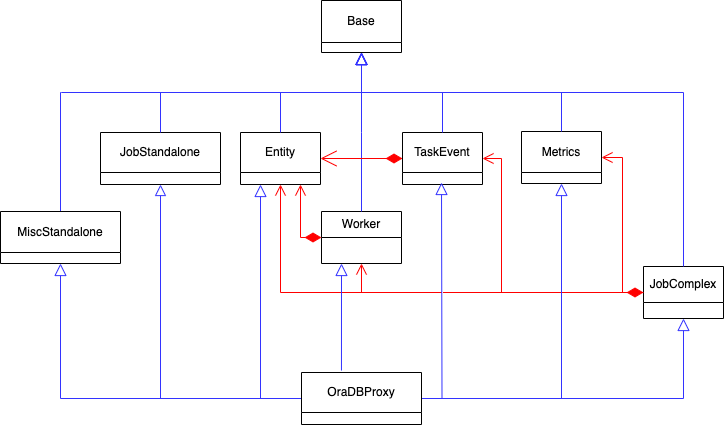
Above: pandaserver/taskbuffer/db_proxy_mods/OraDBProxy_structure.png in PanDAWMS/panda-server (draw.io), before the change. Source tidied: cells renumbered, new cells last; positions are measured from the earlier drawing's top-left corner, leaving out a move shared by most shapes.
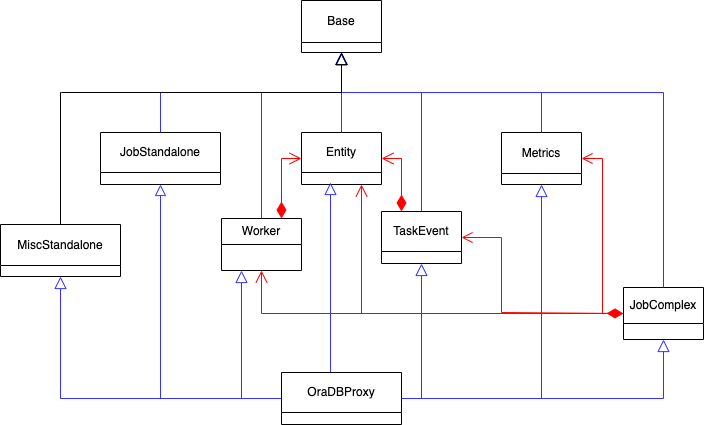
Above is the later version.

Commit message:
OraDBProxy refactoring

Diff of the diagram source:
```diff
@@ -2,48 +2,41 @@
   <root>
     <mxCell id="0" />
     <mxCell id="1" parent="0" />
-    <mxCell id="2" style="edgeStyle=orthogonalEdgeStyle;rounded=0;jettySize=auto;html=1;exitX=0.5;exitY=1;exitDx=0;exitDy=0;entryX=0;entryY=0.5;entryDx=0;entryDy=0;endArrow=none;startFill=0;startArrow=open;startSize=9;strokeColor=#FF0000;" parent="1" edge="1" source="4" target="11">
+    <mxCell id="2" style="edgeStyle=orthogonalEdgeStyle;rounded=0;jettySize=auto;html=1;exitX=0.75;exitY=1;exitDx=0;exitDy=0;entryX=0;entryY=0.5;entryDx=0;entryDy=0;endArrow=none;startFill=0;startArrow=open;startSize=10;strokeColor=#FF0000;" parent="1" edge="1" source="4" target="11">
       <mxGeometry relative="1" as="geometry" />
     </mxCell>
-    <mxCell id="3" style="edgeStyle=orthogonalEdgeStyle;rounded=0;jettySize=auto;html=1;exitX=0.25;exitY=1;exitDx=0;exitDy=0;entryX=0;entryY=0.5;entryDx=0;entryDy=0;endArrow=none;startFill=0;startArrow=block;endSize=11;startSize=10;strokeColor=light-dark(#3333FF,#FFFFFF);" parent="1" edge="1" source="4" target="28">
-      <mxGeometry relative="1" as="geometry" />
-    </mxCell>
     <mxCell id="4" value="Entity" style="swimlane;fontStyle=0;horizontal=1;startSize=40;fillColor=none;whiteSpace=wrap;html=1;" parent="1" vertex="1">
-      <mxGeometry x="240" y="132" width="80" height="52" as="geometry" />
+      <mxGeometry x="321" y="132" width="80" height="52" as="geometry" />
     </mxCell>
     <mxCell id="5" value="Base" style="swimlane;fontStyle=0;horizontal=1;startSize=42;fillColor=none;whiteSpace=wrap;html=1;" parent="1" vertex="1">
       <mxGeometry x="321" width="80" height="52" as="geometry" />
     </mxCell>
-    <mxCell id="6" style="edgeStyle=orthogonalEdgeStyle;rounded=0;jettySize=auto;html=1;exitX=0.5;exitY=1;exitDx=0;exitDy=0;entryX=0;entryY=0.5;entryDx=0;entryDy=0;endArrow=none;startFill=0;startArrow=open;startSize=9;strokeColor=#FF0000;" parent="1" edge="1" source="8" target="11">
-      <mxGeometry relative="1" as="geometry" />
-    </mxCell>
-    <mxCell id="7" style="edgeStyle=orthogonalEdgeStyle;rounded=0;jettySize=auto;html=1;exitX=0;exitY=0.5;exitDx=0;exitDy=0;entryX=0.75;entryY=1;entryDx=0;entryDy=0;endArrow=open;endFill=0;startArrow=diamondThin;startFill=1;endSize=9;startSize=14;strokeColor=#FF0000;" parent="1" edge="1" source="8" target="4">
-      <mxGeometry relative="1" as="geometry">
-        <Array as="points">
-          <mxPoint x="300" y="237" />
-        </Array>
-      </mxGeometry>
+    <mxCell id="7" style="edgeStyle=orthogonalEdgeStyle;rounded=0;jettySize=auto;html=1;exitX=0.75;exitY=0;exitDx=0;exitDy=0;entryX=0;entryY=0.5;entryDx=0;entryDy=0;strokeColor=#FF0000;endArrow=open;endFill=0;endSize=10;startArrow=diamondThin;startFill=1;startSize=14;" parent="1" edge="1" source="8" target="4">
+      <mxGeometry relative="1" as="geometry" />
     </mxCell>
     <mxCell id="8" value="Worker" style="swimlane;fontStyle=0;horizontal=1;startSize=26;fillColor=none;whiteSpace=wrap;html=1;" parent="1" vertex="1">
-      <mxGeometry x="321" y="211" width="80" height="52" as="geometry" />
+      <mxGeometry x="241" y="218" width="80" height="52" as="geometry" />
     </mxCell>
     <mxCell id="9" style="edgeStyle=orthogonalEdgeStyle;rounded=0;jettySize=auto;html=1;exitX=1;exitY=0.5;exitDx=0;exitDy=0;entryX=0;entryY=0.5;entryDx=0;entryDy=0;endArrow=diamondThin;endFill=1;endSize=14;startArrow=open;startFill=0;startSize=9;strokeColor=#FF0000;" parent="1" edge="1" source="10" target="11">
       <mxGeometry relative="1" as="geometry">
         <Array as="points">
-          <mxPoint x="501" y="158" />
-          <mxPoint x="501" y="292" />
+          <mxPoint x="521" y="237" />
+          <mxPoint x="521" y="312" />
         </Array>
       </mxGeometry>
     </mxCell>
-    <mxCell id="10" value="TaskEvent" style="swimlane;fontStyle=0;horizontal=1;startSize=40;fillColor=none;whiteSpace=wrap;html=1;" parent="1" vertex="1">
-      <mxGeometry x="402" y="132" width="80" height="52" as="geometry" />
-    </mxCell>
+    <mxCell id="32" style="edgeStyle=orthogonalEdgeStyle;rounded=0;jettySize=auto;html=1;exitX=0;exitY=0.5;exitDx=0;exitDy=0;entryX=0.5;entryY=1;entryDx=0;entryDy=0;strokeColor=#FF0000;endArrow=open;endFill=0;endSize=10;" parent="1" edge="1" source="11" target="8">
+      <mxGeometry relative="1" as="geometry" />
+    </mxCell>
     <mxCell id="11" value="JobComplex" style="swimlane;fontStyle=0;horizontal=1;startSize=36;fillColor=none;whiteSpace=wrap;html=1;" parent="1" vertex="1">
-      <mxGeometry x="643" y="266" width="80" height="52" as="geometry" />
+      <mxGeometry x="643" y="287" width="80" height="52" as="geometry" />
     </mxCell>
     <mxCell id="12" style="endArrow=block;endSize=10;endFill=0;shadow=0;strokeWidth=1;rounded=0;curved=0;edgeStyle=elbowEdgeStyle;elbow=vertical;entryX=0.5;entryY=1;entryDx=0;entryDy=0;exitX=0.5;exitY=0;exitDx=0;exitDy=0;strokeColor=light-dark(#3333FF,#FFFFFF);" parent="1" edge="1" source="10">
       <mxGeometry relative="1" as="geometry">
         <mxPoint x="361" y="52" as="targetPoint" />
+        <Array as="points">
+          <mxPoint x="401" y="92" />
+        </Array>
       </mxGeometry>
     </mxCell>
     <mxCell id="13" style="endArrow=block;endSize=10;endFill=0;shadow=0;strokeWidth=1;rounded=0;curved=0;edgeStyle=elbowEdgeStyle;elbow=vertical;entryX=0.5;entryY=1;entryDx=0;entryDy=0;exitX=0.5;exitY=0;exitDx=0;exitDy=0;strokeColor=light-dark(#3333FF,#FFFFFF);" parent="1" edge="1" source="4">
@@ -54,22 +47,24 @@
     <mxCell id="14" style="endArrow=block;endSize=10;endFill=0;shadow=0;strokeWidth=1;rounded=0;curved=0;edgeStyle=elbowEdgeStyle;elbow=vertical;exitX=0.5;exitY=0;exitDx=0;exitDy=0;strokeColor=light-dark(#3333FF,#FFFFFF);" parent="1" edge="1" source="8">
       <mxGeometry relative="1" as="geometry">
         <mxPoint x="361" y="52" as="targetPoint" />
+        <Array as="points">
+          <mxPoint x="321" y="92" />
+        </Array>
       </mxGeometry>
     </mxCell>
     <mxCell id="15" value="Job&lt;span style=&quot;background-color: transparent; color: light-dark(rgb(0, 0, 0), rgb(255, 255, 255));&quot;&gt;Standalone&lt;/span&gt;" style="swimlane;fontStyle=0;horizontal=1;startSize=40;fillColor=none;whiteSpace=wrap;html=1;" parent="1" vertex="1">
-      <mxGeometry x="100" y="132" width="120" height="52" as="geometry" />
+      <mxGeometry x="120" y="132" width="120" height="52" as="geometry" />
     </mxCell>
     <mxCell id="16" style="edgeStyle=orthogonalEdgeStyle;rounded=0;jettySize=auto;html=1;exitX=1;exitY=0.5;exitDx=0;exitDy=0;entryX=0;entryY=0.5;entryDx=0;entryDy=0;endArrow=none;startFill=0;startArrow=open;startSize=9;strokeColor=#FF0000;" parent="1" edge="1" source="17" target="11">
       <mxGeometry relative="1" as="geometry" />
     </mxCell>
     <mxCell id="17" value="Metrics" style="swimlane;fontStyle=0;horizontal=1;startSize=41;fillColor=none;whiteSpace=wrap;html=1;" parent="1" vertex="1">
-      <mxGeometry x="521" y="131" width="80" height="52" as="geometry" />
+      <mxGeometry x="521" y="132" width="80" height="52" as="geometry" />
     </mxCell>
-    <mxCell id="18" style="edgeStyle=orthogonalEdgeStyle;rounded=0;jettySize=auto;html=1;entryX=1;entryY=0.5;entryDx=0;entryDy=0;endArrow=open;endFill=0;startArrow=diamondThin;startFill=1;endSize=14;startSize=14;exitX=0;exitY=0.5;exitDx=0;exitDy=0;strokeColor=#FF0000;" parent="1" edge="1" source="10" target="4">
+    <mxCell id="18" style="edgeStyle=orthogonalEdgeStyle;rounded=0;jettySize=auto;html=1;entryX=1;entryY=0.5;entryDx=0;entryDy=0;endArrow=open;endFill=0;startArrow=diamondThin;startFill=1;endSize=10;startSize=14;exitX=0.25;exitY=0;exitDx=0;exitDy=0;strokeColor=#FF0000;" parent="1" edge="1" source="10" target="4">
       <mxGeometry relative="1" as="geometry">
         <Array as="points">
-          <mxPoint x="401" y="158" />
-          <mxPoint x="401" y="158" />
+          <mxPoint x="421" y="158" />
         </Array>
       </mxGeometry>
     </mxCell>
@@ -84,8 +79,12 @@
         </Array>
       </mxGeometry>
     </mxCell>
-    <mxCell id="21" style="edgeStyle=orthogonalEdgeStyle;rounded=0;jettySize=auto;html=1;entryX=0.25;entryY=1;entryDx=0;entryDy=0;exitX=0.333;exitY=-0.038;exitDx=0;exitDy=0;exitPerimeter=0;endArrow=block;endFill=0;endSize=10;strokeColor=light-dark(#3333FF,#FFFFFF);" parent="1" edge="1" source="28" target="8">
-      <mxGeometry relative="1" as="geometry" />
+    <mxCell id="21" style="edgeStyle=orthogonalEdgeStyle;rounded=0;jettySize=auto;html=1;entryX=0.25;entryY=1;entryDx=0;entryDy=0;exitX=0;exitY=0.5;exitDx=0;exitDy=0;endArrow=block;endFill=0;endSize=10;strokeColor=light-dark(#3333FF,#FFFFFF);" parent="1" edge="1" source="28" target="8">
+      <mxGeometry relative="1" as="geometry">
+        <Array as="points">
+          <mxPoint x="261" y="398" />
+        </Array>
+      </mxGeometry>
     </mxCell>
     <mxCell id="22" style="edgeStyle=orthogonalEdgeStyle;rounded=0;jettySize=auto;html=1;exitX=1;exitY=0.5;exitDx=0;exitDy=0;entryX=0.5;entryY=1;entryDx=0;entryDy=0;endArrow=block;endFill=0;endSize=10;strokeColor=#FFFFFF;" parent="1" edge="1" source="28" target="10">
       <mxGeometry relative="1" as="geometry" />
@@ -102,28 +101,35 @@
     <mxCell id="26" style="edgeStyle=orthogonalEdgeStyle;rounded=0;jettySize=auto;html=1;exitX=1;exitY=0.5;exitDx=0;exitDy=0;entryX=0.5;entryY=1;entryDx=0;entryDy=0;endArrow=block;endFill=0;endSize=10;strokeColor=light-dark(#3333FF,#FFFFFF);" parent="1" edge="1" source="28" target="11">
       <mxGeometry relative="1" as="geometry" />
     </mxCell>
-    <mxCell id="27" style="edgeStyle=orthogonalEdgeStyle;rounded=0;jettySize=auto;html=1;exitX=1;exitY=0.5;exitDx=0;exitDy=0;strokeColor=light-dark(#3333FF,#FFFFFF);endArrow=block;endFill=0;endSize=10;" parent="1" edge="1" source="28">
-      <mxGeometry relative="1" as="geometry">
-        <mxPoint x="441" y="182" as="targetPoint" />
-      </mxGeometry>
-    </mxCell>
+    <mxCell id="33" style="edgeStyle=orthogonalEdgeStyle;rounded=0;orthogonalLoop=1;jettySize=auto;html=1;exitX=0.25;exitY=0;exitDx=0;exitDy=0;endArrow=block;endFill=0;endSize=10;strokeColor=light-dark(#3333FF,#FFFFFF);" parent="1" edge="1">
+      <mxGeometry relative="1" as="geometry">
+        <mxPoint x="350" y="372" as="sourcePoint" />
+        <mxPoint x="350" y="182" as="targetPoint" />
+      </mxGeometry>
+    </mxCell>
     <mxCell id="28" value="OraDBProxy" style="swimlane;fontStyle=0;horizontal=1;startSize=40;fillColor=none;whiteSpace=wrap;html=1;" parent="1" vertex="1">
       <mxGeometry x="301" y="372" width="120" height="52" as="geometry" />
     </mxCell>
     <mxCell id="29" style="endArrow=block;endSize=10;endFill=0;shadow=0;strokeWidth=1;rounded=0;curved=0;edgeStyle=elbowEdgeStyle;elbow=vertical;exitX=0.5;exitY=0;exitDx=0;exitDy=0;strokeColor=light-dark(#3333FF,#FFFFFF);entryX=0.5;entryY=1;entryDx=0;entryDy=0;" parent="1" edge="1" source="15" target="5">
       <mxGeometry relative="1" as="geometry" />
     </mxCell>
-    <mxCell id="30" style="edgeStyle=orthogonalEdgeStyle;rounded=0;jettySize=auto;html=1;exitX=0.5;exitY=0;exitDx=0;exitDy=0;strokeColor=light-dark(#3333FF,#FFFFFF);endArrow=block;endFill=0;endSize=10;" parent="1" edge="1" source="31">
-      <mxGeometry relative="1" as="geometry">
-        <mxPoint x="361" y="52" as="targetPoint" />
-        <Array as="points">
-          <mxPoint x="61" y="92" />
-          <mxPoint x="362" y="92" />
-        </Array>
-      </mxGeometry>
-    </mxCell>
+    <mxCell id="34" style="edgeStyle=orthogonalEdgeStyle;rounded=0;jettySize=auto;html=1;exitX=0.5;exitY=0;exitDx=0;exitDy=0;endArrow=block;endFill=0;endSize=10;" parent="1" edge="1" source="31">
+      <mxGeometry relative="1" as="geometry">
+        <mxPoint x="361" y="52" as="targetPoint" />
+        <Array as="points">
+          <mxPoint x="81" y="92" />
+          <mxPoint x="362" y="92" />
+        </Array>
+      </mxGeometry>
+    </mxCell>
     <mxCell id="31" value="&lt;span style=&quot;background-color: transparent; color: light-dark(rgb(0, 0, 0), rgb(255, 255, 255));&quot;&gt;MiscStandalone&lt;/span&gt;" style="swimlane;fontStyle=0;horizontal=1;startSize=41;fillColor=none;whiteSpace=wrap;html=1;" parent="1" vertex="1">
-      <mxGeometry y="211" width="120" height="52" as="geometry" />
+      <mxGeometry x="20" y="224" width="120" height="52" as="geometry" />
     </mxCell>
+    <mxCell id="35" style="edgeStyle=orthogonalEdgeStyle;rounded=0;jettySize=auto;html=1;exitX=1;exitY=0.5;exitDx=0;exitDy=0;strokeColor=light-dark(#3333FF,#FFFFFF);endArrow=block;endFill=0;endSize=10;" parent="1" edge="1" source="28" target="10">
+      <mxGeometry relative="1" as="geometry" />
+    </mxCell>
+    <mxCell id="10" value="TaskEvent" style="swimlane;fontStyle=0;horizontal=1;startSize=40;fillColor=none;whiteSpace=wrap;html=1;" parent="1" vertex="1">
+      <mxGeometry x="401" y="211" width="80" height="52" as="geometry" />
+    </mxCell>
   </root>
 </mxGraphModel>
```
